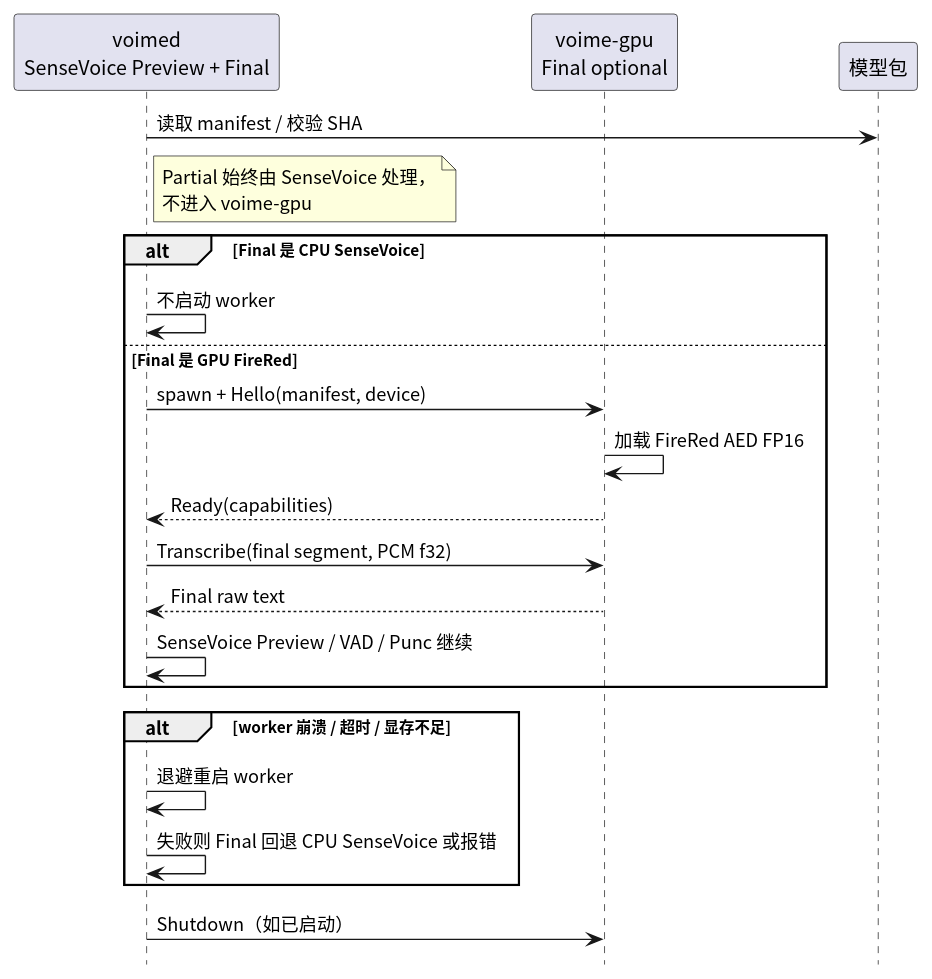
Earlier version of the PlantUML export crates/voimed/diagram/gpu-worker.svg (54m43lJ/voime). Source of this version:
```plantuml
@startuml
skinparam defaultFontName "Noto Sans CJK SC"
skinparam shadowing false
hide footbox

participant "voimed\nSenseVoice Preview + Final" as Daemon
participant "voime-gpu\nFinal optional" as Worker
participant "模型包" as Package

Daemon -> Package : 读取 manifest / 校验 SHA
note right of Daemon
  Partial 始终由 SenseVoice 处理，
  不进入 voime-gpu
end note
alt Final 是 CPU SenseVoice
  Daemon -> Daemon : 不启动 worker
else Final 是 GPU FireRed
  Daemon -> Worker : spawn + Hello(manifest, device)
  Worker -> Worker : 加载 FireRed AED FP16
  Worker --> Daemon : Ready(capabilities)
  Daemon -> Worker : Transcribe(final segment, PCM f32)
  Worker --> Daemon : Final raw text
  Daemon -> Daemon : SenseVoice Preview / VAD / Punc 继续
end
alt worker 崩溃 / 超时 / 显存不足
  Daemon -> Daemon : 退避重启 worker
  Daemon -> Daemon : 失败则 Final 回退 CPU SenseVoice 或报错
end
Daemon -> Worker : Shutdown（如已启动）
@enduml
```
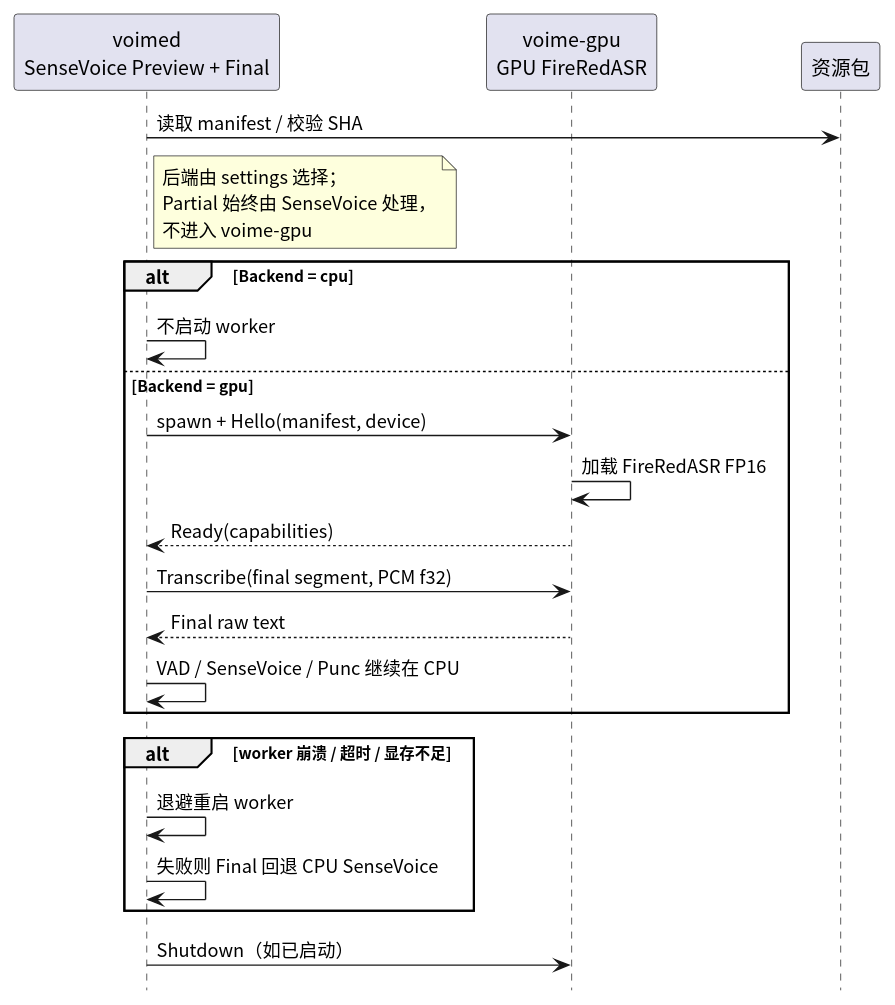
After the change.

What changed in the source:
```diff
@@ -4,27 +4,28 @@
 hide footbox
 
 participant "voimed\nSenseVoice Preview + Final" as Daemon
-participant "voime-gpu\nFinal optional" as Worker
-participant "模型包" as Package
+participant "voime-gpu\nGPU FireRedASR" as Worker
+participant "资源包" as Package
 
 Daemon -> Package : 读取 manifest / 校验 SHA
 note right of Daemon
+  后端由 settings 选择；
   Partial 始终由 SenseVoice 处理，
   不进入 voime-gpu
 end note
-alt Final 是 CPU SenseVoice
+alt Backend = cpu
   Daemon -> Daemon : 不启动 worker
-else Final 是 GPU FireRed
+else Backend = gpu
   Daemon -> Worker : spawn + Hello(manifest, device)
-  Worker -> Worker : 加载 FireRed AED FP16
+  Worker -> Worker : 加载 FireRedASR FP16
   Worker --> Daemon : Ready(capabilities)
   Daemon -> Worker : Transcribe(final segment, PCM f32)
   Worker --> Daemon : Final raw text
-  Daemon -> Daemon : SenseVoice Preview / VAD / Punc 继续
+  Daemon -> Daemon : VAD / SenseVoice / Punc 继续在 CPU
 end
 alt worker 崩溃 / 超时 / 显存不足
   Daemon -> Daemon : 退避重启 worker
-  Daemon -> Daemon : 失败则 Final 回退 CPU SenseVoice 或报错
+  Daemon -> Daemon : 失败则 Final 回退 CPU SenseVoice
 end
 Daemon -> Worker : Shutdown（如已启动）
 @enduml
```
